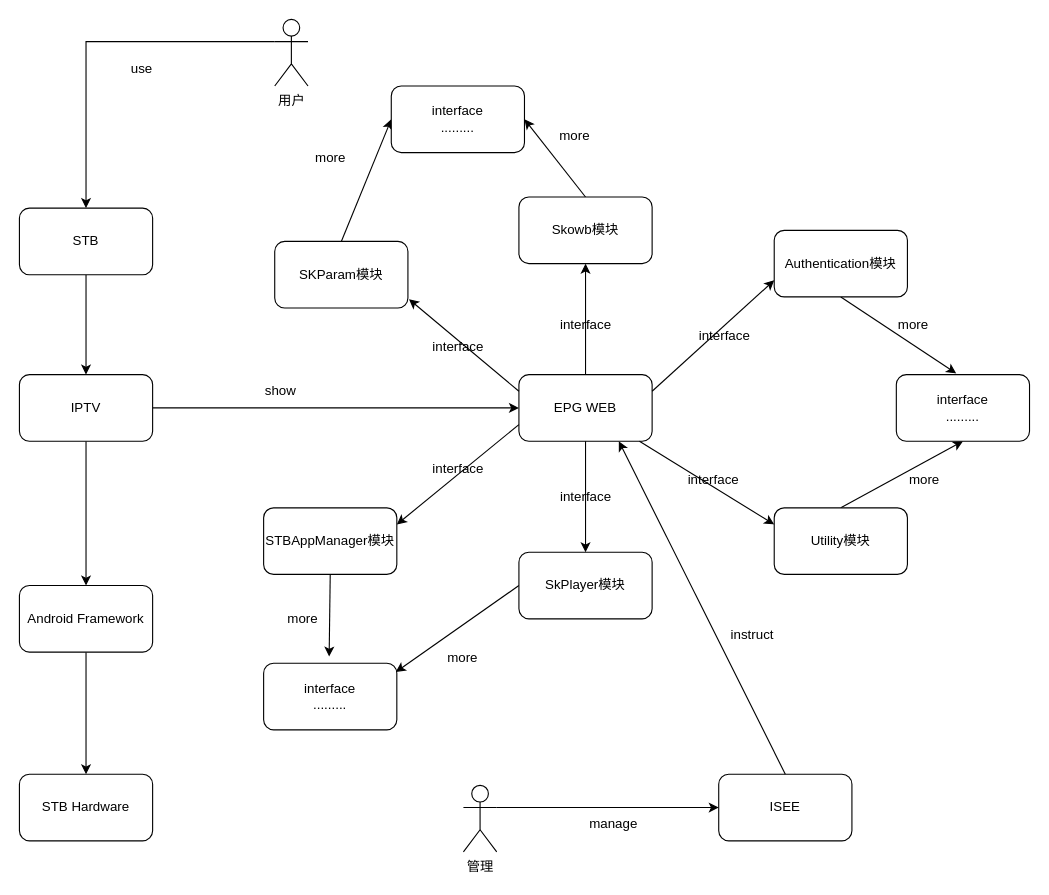
This is 结构设计.drawio from lanjiabin/diagrams, a draw.io file, before an edit. Source tidied: cells renumbered, new cells numbered last; positions are measured from the earlier drawing's top-left corner, leaving out a move shared by most shapes. Both pictures are drawn from the tidied source at 111%, with x=0, y=0 at pixel (19, 19).
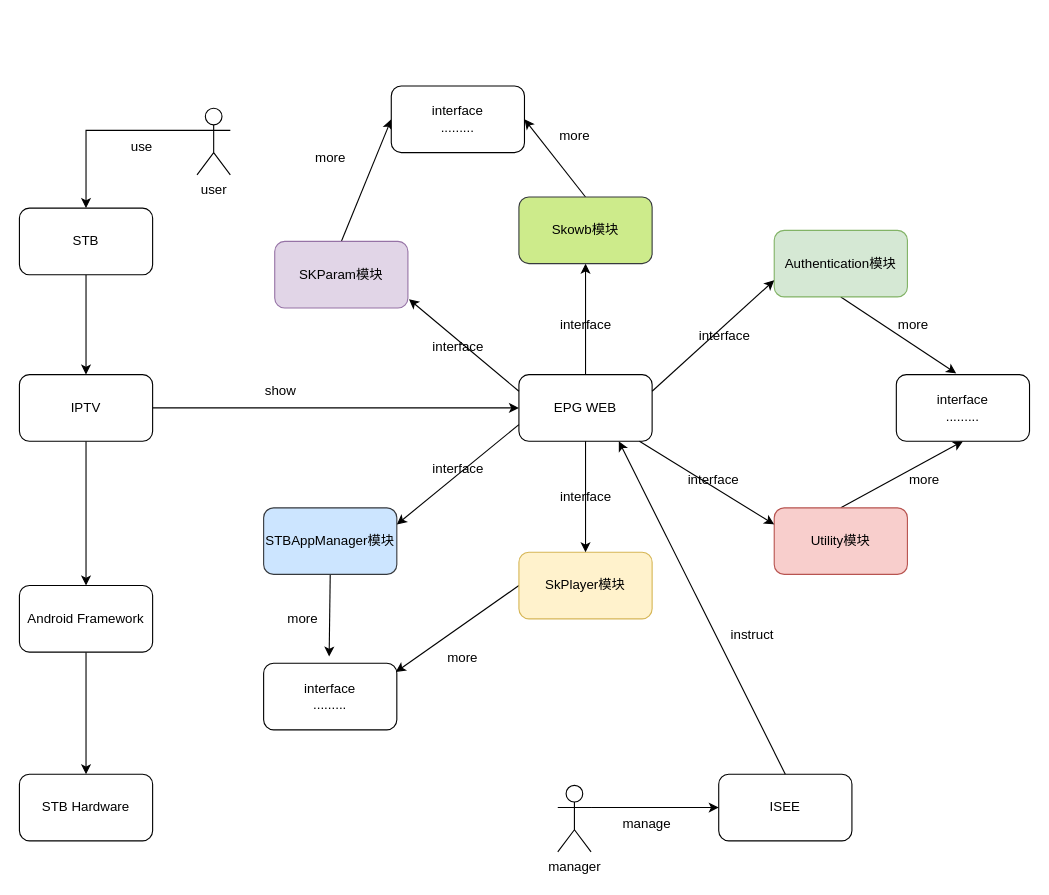
The same page after the edit.

Commit message (it also covers changes not shown here):
更新结构设计.drawio

The edit, as a diff of the source:
```diff
@@
-    <mxCell id="10" value="SKParam模块" style="rounded=1;whiteSpace=wrap;html=1;" parent="1" vertex="1">
+    <mxCell id="10" value="SKParam模块" style="rounded=1;whiteSpace=wrap;html=1;fillColor=#e1d5e7;strokeColor=#9673a6;" parent="1" vertex="1">
       <mxGeometry x="230" y="200" width="120" height="60" as="geometry" />
     </mxCell>
@@
-    <mxCell id="14" value="STBAppManager模块" style="rounded=1;whiteSpace=wrap;html=1;" parent="1" vertex="1">
+    <mxCell id="14" value="STBAppManager模块" style="rounded=1;whiteSpace=wrap;html=1;fillColor=#cce5ff;strokeColor=#36393d;" parent="1" vertex="1">
       <mxGeometry x="220" y="440" width="120" height="60" as="geometry" />
     </mxCell>
@@
-    <mxCell id="16" value="SkPlayer模块" style="rounded=1;whiteSpace=wrap;html=1;" parent="1" vertex="1">
+    <mxCell id="16" value="SkPlayer模块" style="rounded=1;whiteSpace=wrap;html=1;fillColor=#fff2cc;strokeColor=#d6b656;" parent="1" vertex="1">
       <mxGeometry x="450" y="480" width="120" height="60" as="geometry" />
     </mxCell>
@@
-    <mxCell id="18" value="Utility模块" style="rounded=1;whiteSpace=wrap;html=1;" parent="1" vertex="1">
+    <mxCell id="18" value="Utility模块" style="rounded=1;whiteSpace=wrap;html=1;fillColor=#f8cecc;strokeColor=#b85450;" parent="1" vertex="1">
       <mxGeometry x="680" y="440" width="120" height="60" as="geometry" />
     </mxCell>
@@
-    <mxCell id="20" value="Authentication模块" style="rounded=1;whiteSpace=wrap;html=1;" parent="1" vertex="1">
+    <mxCell id="20" value="Authentication模块" style="rounded=1;whiteSpace=wrap;html=1;fillColor=#d5e8d4;strokeColor=#82b366;" parent="1" vertex="1">
       <mxGeometry x="680" y="190" width="120" height="60" as="geometry" />
     </mxCell>
@@
-    <mxCell id="22" value="Skowb模块" style="rounded=1;whiteSpace=wrap;html=1;" parent="1" vertex="1">
+    <mxCell id="22" value="Skowb模块" style="rounded=1;whiteSpace=wrap;html=1;fillColor=#cdeb8b;strokeColor=#36393d;" parent="1" vertex="1">
       <mxGeometry x="450" y="160" width="120" height="60" as="geometry" />
     </mxCell>
@@
-    <mxCell id="26" value="用户" style="shape=umlActor;verticalLabelPosition=bottom;verticalAlign=top;html=1;outlineConnect=0;" parent="1" vertex="1">
-      <mxGeometry x="230" width="30" height="60" as="geometry" />
+    <mxCell id="26" value="user" style="shape=umlActor;verticalLabelPosition=bottom;verticalAlign=top;html=1;outlineConnect=0;" parent="1" vertex="1">
+      <mxGeometry x="160" y="80" width="30" height="60" as="geometry" />
     </mxCell>
@@
-    <mxCell id="28" value="管理" style="shape=umlActor;verticalLabelPosition=bottom;verticalAlign=top;html=1;outlineConnect=0;noLabel=0;" parent="1" vertex="1">
-      <mxGeometry x="400" y="690" width="30" height="60" as="geometry" />
+    <mxCell id="28" value="manager" style="shape=umlActor;verticalLabelPosition=bottom;verticalAlign=top;html=1;outlineConnect=0;noLabel=0;" parent="1" vertex="1">
+      <mxGeometry x="485" y="690" width="30" height="60" as="geometry" />
     </mxCell>
@@
     <mxCell id="35" value="use" style="text;html=1;align=center;verticalAlign=middle;strokeColor=none;fillColor=none;" parent="1" vertex="1">
-      <mxGeometry x="90" y="30" width="40" height="30" as="geometry" />
+      <mxGeometry x="90" y="100" width="40" height="30" as="geometry" />
     </mxCell>
     <mxCell id="36" value="manage" style="text;html=1;align=center;verticalAlign=middle;strokeColor=none;fillColor=none;" parent="1" vertex="1">
-      <mxGeometry x="500" y="710" width="70" height="30" as="geometry" />
+      <mxGeometry x="530" y="710" width="70" height="30" as="geometry" />
     </mxCell>
```
